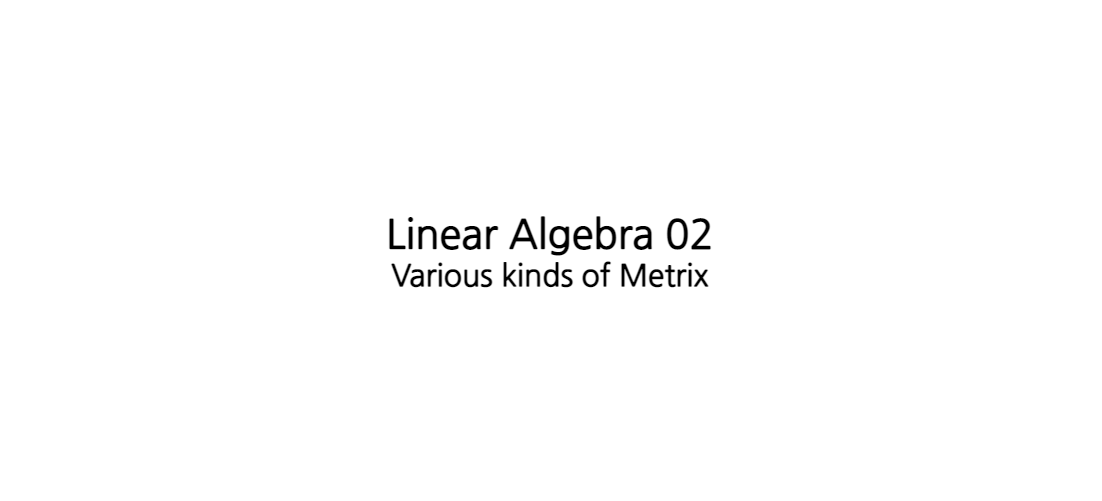
The draw.io diagram assets/img/posts/linear_algebra_02.png in djccnt15/djccnt15.github.io, before a commit. Source tidied: cells renumbered, new cells last; positions are measured from the earlier drawing's top-left corner, leaving out a move shared by most shapes.
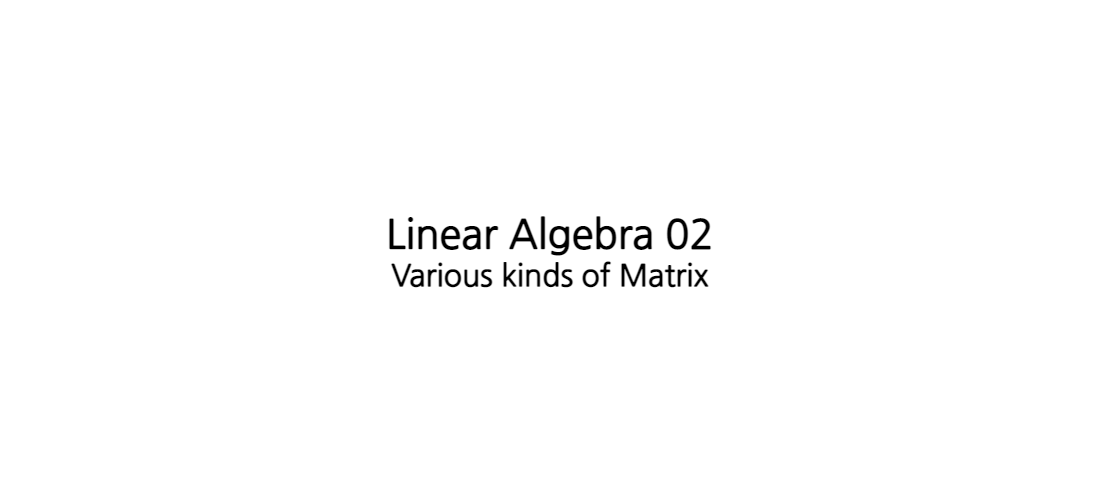
After the commit.

Commit message:
update linear_algebra_02, monir fixes

The edit, as a diff of the source:
```diff
@@ -2,7 +2,7 @@
   <root>
     <mxCell id="0" />
     <mxCell id="1" parent="0" />
-    <mxCell id="2" value="&lt;font style=&quot;font-size: 30px;&quot;&gt;&lt;span style=&quot;font-size: 40px;&quot;&gt;Linear Algebra 02&lt;/span&gt;&lt;br&gt;&lt;font style=&quot;font-size: 30px;&quot;&gt;&lt;font style=&quot;font-size: 30px;&quot;&gt;Various kinds of Metrix&lt;/font&gt;&lt;/font&gt;&lt;/font&gt;" style="rounded=1;whiteSpace=wrap;html=1;fillColor=none;fontFamily=Nanum Gothic;fontSource=https%3A%2F%2Ffonts.googleapis.com%2Fcss%3Ffamily%3DNanum%2BGothic;fontStyle=1;strokeColor=none;" parent="1" vertex="1">
+    <mxCell id="2" value="&lt;font style=&quot;font-size: 30px;&quot;&gt;&lt;span style=&quot;font-size: 40px;&quot;&gt;Linear Algebra 02&lt;/span&gt;&lt;br&gt;&lt;font style=&quot;font-size: 30px;&quot;&gt;&lt;font style=&quot;font-size: 30px;&quot;&gt;Various kinds of Matrix&lt;/font&gt;&lt;/font&gt;&lt;/font&gt;" style="rounded=1;whiteSpace=wrap;html=1;fillColor=none;fontFamily=Nanum Gothic;fontSource=https%3A%2F%2Ffonts.googleapis.com%2Fcss%3Ffamily%3DNanum%2BGothic;fontStyle=1;strokeColor=none;" parent="1" vertex="1">
       <mxGeometry width="1100" height="500" as="geometry" />
     </mxCell>
   </root>
```
